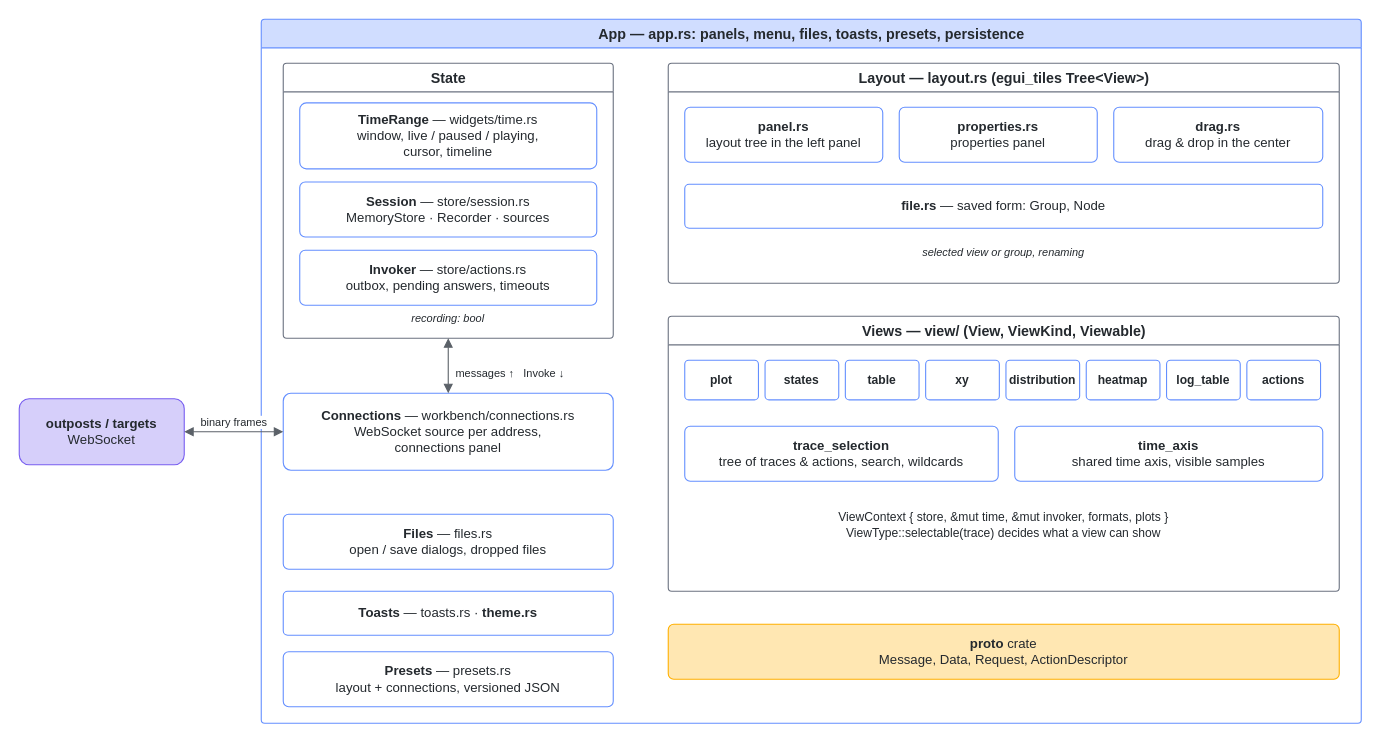
Earlier version of the draw.io diagram doc/source/diagrams/blip-modules.drawio (stefanluethi/blip). Source tidied: cells renumbered, new cells numbered last; positions are measured from the earlier drawing's top-left corner, leaving out a move shared by most shapes. Both pictures are drawn from the tidied source at 110%, with x=0, y=0 at pixel (19, 19).
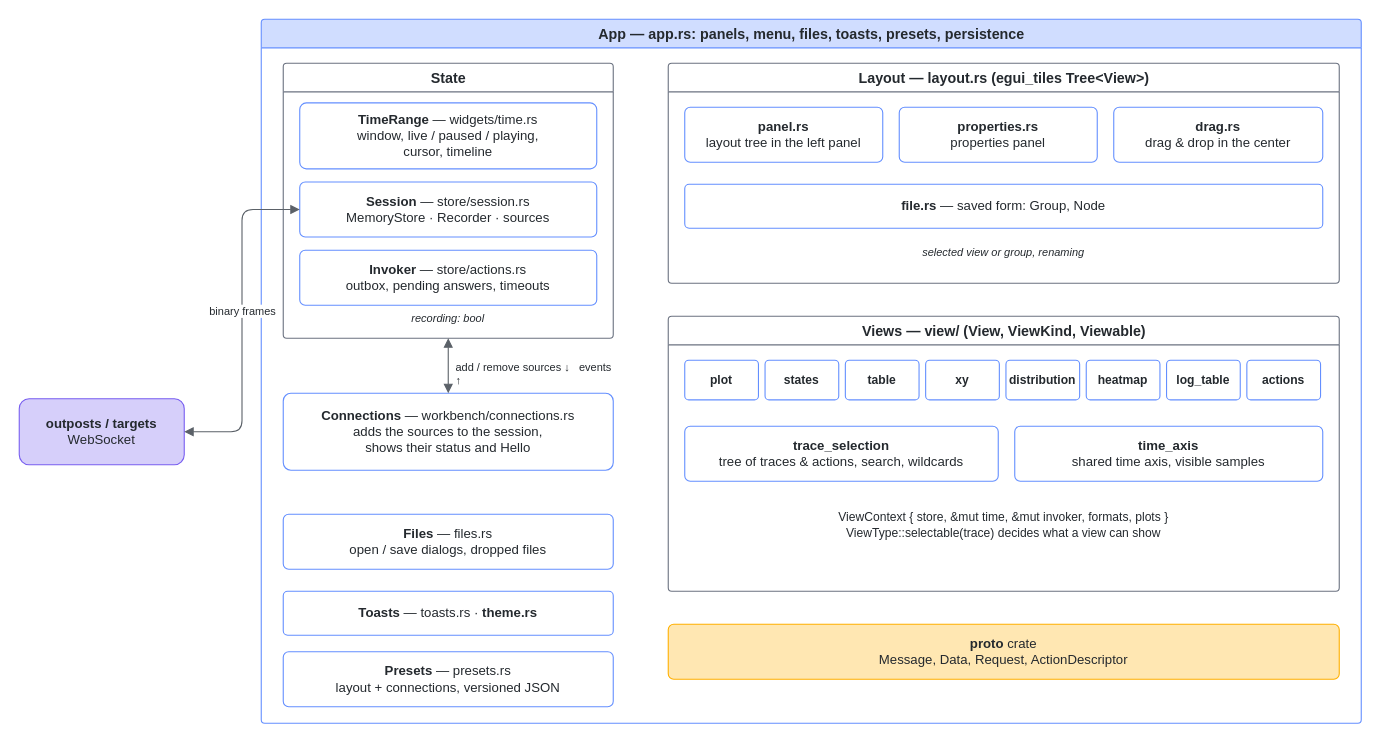
The same page after the edit.

The change refers to these unchanged cells:
```xml
<mxCell id="2" value="&lt;b&gt;App&lt;/b&gt; — app.rs: panels, menu, files, toasts, presets, persistence" style="fontColor=#24292e;fontFamily=Fira Sans,Helvetica,Arial,sans-serif;swimlane;startSize=26;html=1;rounded=1;arcSize=4;fillColor=#d0ddff;strokeColor=#648fff;fontSize=13;swimlaneFillColor=none;" parent="1" vertex="1">
  <mxGeometry x="220" width="1000" height="640" as="geometry" />
</mxCell>
<mxCell id="5" value="&lt;b&gt;Session&lt;/b&gt; — store/session.rs&lt;br&gt;MemoryStore · Recorder · sources" style="fontColor=#24292e;fontFamily=Fira Sans,Helvetica,Arial,sans-serif;rounded=1;whiteSpace=wrap;html=1;arcSize=10;fillColor=#ffffff;strokeColor=#648fff;fontSize=12;" parent="3" vertex="1">
  <mxGeometry x="15" y="108" width="270" height="50" as="geometry" />
</mxCell>
<mxCell id="31" value="&lt;b&gt;outposts / targets&lt;/b&gt;&lt;br&gt;WebSocket" style="fontColor=#24292e;fontFamily=Fira Sans,Helvetica,Arial,sans-serif;html=1;whiteSpace=wrap;rounded=1;fillColor=#d6cffa;strokeColor=#785ef0;fontSize=12;" parent="1" vertex="1">
  <mxGeometry y="345" width="150" height="60" as="geometry" />
</mxCell>
```

What changed in the source:
```diff
@@
-    <mxCell id="8" value="&lt;b&gt;Connections&lt;/b&gt; — workbench/connections.rs&lt;br&gt;WebSocket source per address,&lt;br&gt;connections panel" style="fontColor=#24292e;fontFamily=Fira Sans,Helvetica,Arial,sans-serif;rounded=1;whiteSpace=wrap;html=1;arcSize=10;fillColor=#ffffff;strokeColor=#648fff;fontSize=12;" parent="2" vertex="1">
+    <mxCell id="8" value="&lt;b&gt;Connections&lt;/b&gt; — workbench/connections.rs&lt;br&gt;adds the sources to the session,&lt;br&gt;shows their status and Hello" style="fontColor=#24292e;fontFamily=Fira Sans,Helvetica,Arial,sans-serif;rounded=1;whiteSpace=wrap;html=1;arcSize=10;fillColor=#ffffff;strokeColor=#648fff;fontSize=12;" parent="2" vertex="1">
       <mxGeometry x="20" y="340" width="300" height="70" as="geometry" />
     </mxCell>
@@
-    <mxCell id="32" value="binary frames" style="strokeColor=#5b6168;fontColor=#24292e;labelBackgroundColor=#ffffff;fontFamily=Fira Sans,Helvetica,Arial,sans-serif;edgeStyle=orthogonalEdgeStyle;rounded=1;html=1;endArrow=block;endFill=1;fontSize=10;startArrow=block;startFill=1;verticalAlign=bottom;exitX=1;exitY=0.5;entryX=0;entryY=0.5;" parent="1" edge="1" source="31" target="8">
+    <mxCell id="32" value="binary frames" style="strokeColor=#5b6168;fontColor=#24292e;labelBackgroundColor=#ffffff;fontFamily=Fira Sans,Helvetica,Arial,sans-serif;edgeStyle=orthogonalEdgeStyle;rounded=1;html=1;endArrow=block;endFill=1;fontSize=10;startArrow=block;startFill=1;verticalAlign=bottom;exitX=1;exitY=0.5;entryX=0;entryY=0.5;" parent="1" edge="1" source="31" target="5">
       <mxGeometry relative="1" as="geometry" />
     </mxCell>
@@
-    <mxCell id="34" value="messages ↑ &amp;nbsp; Invoke ↓" style="fontColor=#24292e;fontFamily=Fira Sans,Helvetica,Arial,sans-serif;text;html=1;whiteSpace=wrap;align=center;verticalAlign=middle;fontSize=10;align=left;" parent="1" vertex="1">
+    <mxCell id="34" value="add / remove sources ↓ &amp;nbsp; events ↑" style="fontColor=#24292e;fontFamily=Fira Sans,Helvetica,Arial,sans-serif;text;html=1;whiteSpace=wrap;align=center;verticalAlign=middle;fontSize=10;align=left;" parent="1" vertex="1">
       <mxGeometry x="395" y="312" width="150" height="20" as="geometry" />
     </mxCell>
```
